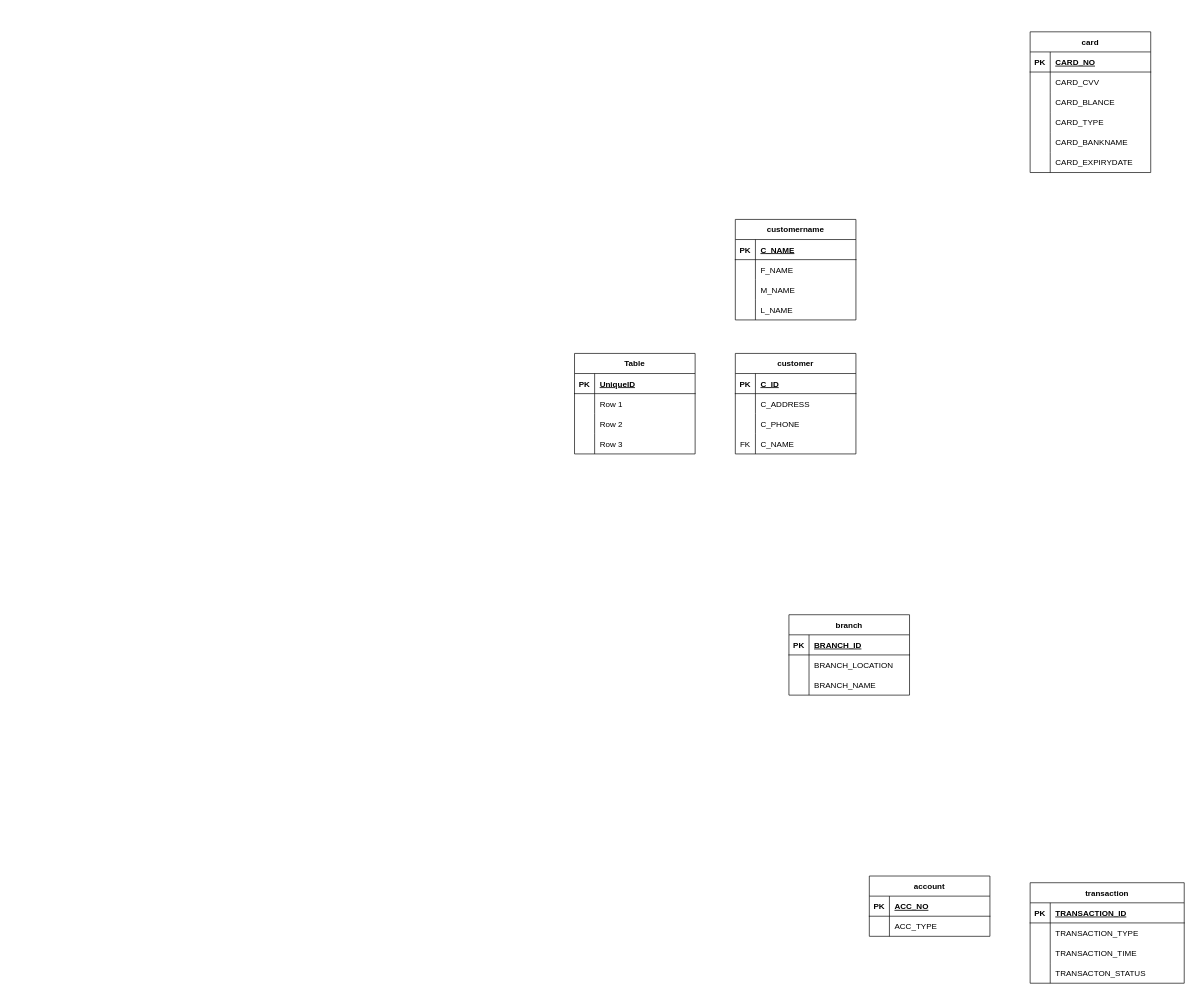
Before: atmbank.drawio in Meoleodeo/erd-sth, a draw.io diagram. Source tidied: cells renumbered, new cells numbered last; positions are measured from the earlier drawing's top-left corner, leaving out a move shared by most shapes. Both pictures are drawn from the tidied source at 67%, with x=0, y=0 at pixel (574, 31).
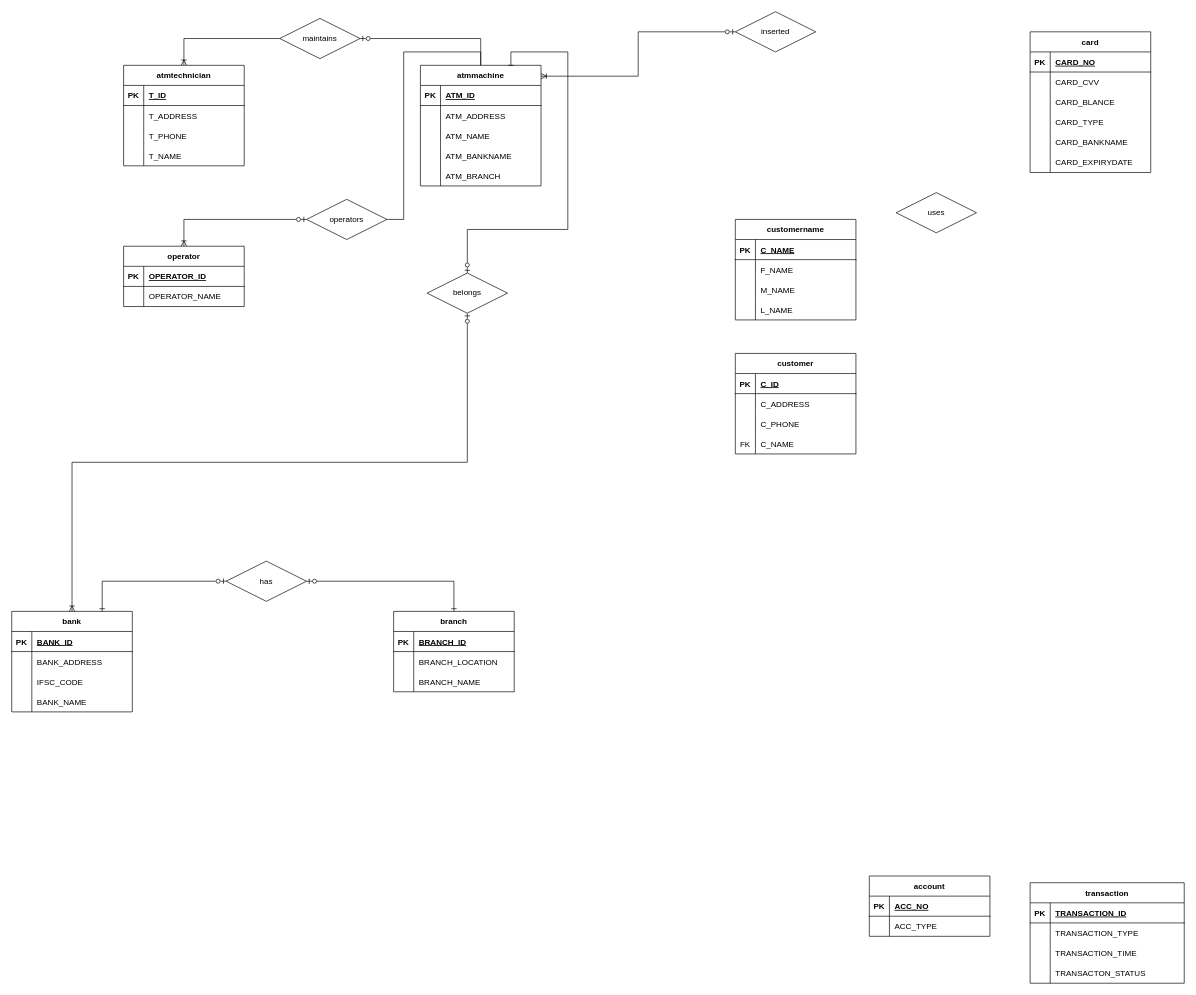
Above is the later version.

Commit message (it also covers changes not shown here):
Cập nhật atmbank.drawio

The edit, as a diff of the source:
```diff
@@
-    <mxCell id="15" value="Table" style="shape=table;startSize=30;childLayout=tableLayout;rowLines=0;fontStyle=1;align=center;" parent="1" vertex="1">
-      <mxGeometry y="480" width="180" height="150" as="geometry" />
-    </mxCell>
-    <mxCell id="16" style="shape=tableRow;horizontal=0;startSize=0;swimlaneHead=0;swimlaneBody=0;fillColor=none;top=0;left=0;right=0;bottom=1;" parent="15" vertex="1">
-      <mxGeometry y="30" width="180" height="30" as="geometry" />
-    </mxCell>
-    <mxCell id="17" value="PK" style="shape=partialRectangle;fillColor=none;top=0;left=0;bottom=0;right=0;fontStyle=1;overflow=hidden;" parent="16" vertex="1">
-      <mxGeometry width="30" height="30" as="geometry" />
-    </mxCell>
-    <mxCell id="18" value="UniqueID" style="shape=partialRectangle;fillColor=none;top=0;left=0;bottom=0;right=0;align=left;spacingLeft=6;fontStyle=5;overflow=hidden;" parent="16" vertex="1">
-      <mxGeometry x="30" width="150" height="30" as="geometry" />
-    </mxCell>
-    <mxCell id="19" style="shape=tableRow;horizontal=0;startSize=0;swimlaneHead=0;swimlaneBody=0;fillColor=none;top=0;left=0;right=0;bottom=0;" parent="15" vertex="1">
-      <mxGeometry y="60" width="180" height="30" as="geometry" />
-    </mxCell>
-    <mxCell id="20" style="shape=partialRectangle;fillColor=none;top=0;left=0;bottom=0;right=0;overflow=hidden;" parent="19" vertex="1">
-      <mxGeometry width="30" height="30" as="geometry" />
-    </mxCell>
-    <mxCell id="21" value="Row 1" style="shape=partialRectangle;fillColor=none;top=0;left=0;bottom=0;right=0;align=left;spacingLeft=6;overflow=hidden;" parent="19" vertex="1">
-      <mxGeometry x="30" width="150" height="30" as="geometry" />
-    </mxCell>
-    <mxCell id="22" style="shape=tableRow;horizontal=0;startSize=0;swimlaneHead=0;swimlaneBody=0;fillColor=none;top=0;left=0;right=0;bottom=0;" parent="15" vertex="1">
-      <mxGeometry y="90" width="180" height="30" as="geometry" />
-    </mxCell>
-    <mxCell id="23" style="shape=partialRectangle;fillColor=none;top=0;left=0;bottom=0;right=0;overflow=hidden;" parent="22" vertex="1">
-      <mxGeometry width="30" height="30" as="geometry" />
-    </mxCell>
-    <mxCell id="24" value="Row 2" style="shape=partialRectangle;fillColor=none;top=0;left=0;bottom=0;right=0;align=left;spacingLeft=6;overflow=hidden;" parent="22" vertex="1">
-      <mxGeometry x="30" width="150" height="30" as="geometry" />
-    </mxCell>
-    <mxCell id="25" style="shape=tableRow;horizontal=0;startSize=0;swimlaneHead=0;swimlaneBody=0;fillColor=none;top=0;left=0;right=0;bottom=0;" parent="15" vertex="1">
-      <mxGeometry y="120" width="180" height="30" as="geometry" />
-    </mxCell>
-    <mxCell id="26" style="shape=partialRectangle;fillColor=none;top=0;left=0;bottom=0;right=0;overflow=hidden;" parent="25" vertex="1">
-      <mxGeometry width="30" height="30" as="geometry" />
-    </mxCell>
-    <mxCell id="27" value="Row 3" style="shape=partialRectangle;fillColor=none;top=0;left=0;bottom=0;right=0;align=left;spacingLeft=6;overflow=hidden;" parent="25" vertex="1">
-      <mxGeometry x="30" width="150" height="30" as="geometry" />
-    </mxCell>
@@
     <mxCell id="80" value="branch" style="shape=table;startSize=30;childLayout=tableLayout;rowLines=0;fontStyle=1;align=center;" parent="1" vertex="1">
-      <mxGeometry x="320" y="870" width="180" height="120" as="geometry" />
+      <mxGeometry x="-270" y="865" width="180" height="120" as="geometry" />
     </mxCell>
@@
+    <mxCell id="90" value="bank" style="shape=table;startSize=30;childLayout=tableLayout;rowLines=0;fontStyle=1;align=center;" parent="1" vertex="1">
+      <mxGeometry x="-840" y="865" width="180" height="150" as="geometry" />
+    </mxCell>
+    <mxCell id="91" style="shape=tableRow;horizontal=0;startSize=0;swimlaneHead=0;swimlaneBody=0;fillColor=none;top=0;left=0;right=0;bottom=1;" parent="90" vertex="1">
+      <mxGeometry y="30" width="180" height="30" as="geometry" />
+    </mxCell>
+    <mxCell id="92" value="PK" style="shape=partialRectangle;fillColor=none;top=0;left=0;bottom=0;right=0;fontStyle=1;overflow=hidden;" parent="91" vertex="1">
+      <mxGeometry width="30" height="30" as="geometry" />
+    </mxCell>
+    <mxCell id="93" value="BANK_ID" style="shape=partialRectangle;fillColor=none;top=0;left=0;bottom=0;right=0;align=left;spacingLeft=6;fontStyle=5;overflow=hidden;" parent="91" vertex="1">
+      <mxGeometry x="30" width="150" height="30" as="geometry" />
+    </mxCell>
+    <mxCell id="94" style="shape=tableRow;horizontal=0;startSize=0;swimlaneHead=0;swimlaneBody=0;fillColor=none;top=0;left=0;right=0;bottom=0;" parent="90" vertex="1">
+      <mxGeometry y="60" width="180" height="30" as="geometry" />
+    </mxCell>
+    <mxCell id="95" style="shape=partialRectangle;fillColor=none;top=0;left=0;bottom=0;right=0;overflow=hidden;" parent="94" vertex="1">
+      <mxGeometry width="30" height="30" as="geometry" />
+    </mxCell>
+    <mxCell id="96" value="BANK_ADDRESS" style="shape=partialRectangle;fillColor=none;top=0;left=0;bottom=0;right=0;align=left;spacingLeft=6;overflow=hidden;" parent="94" vertex="1">
+      <mxGeometry x="30" width="150" height="30" as="geometry" />
+    </mxCell>
+    <mxCell id="97" style="shape=tableRow;horizontal=0;startSize=0;swimlaneHead=0;swimlaneBody=0;fillColor=none;top=0;left=0;right=0;bottom=0;" parent="90" vertex="1">
+      <mxGeometry y="90" width="180" height="30" as="geometry" />
+    </mxCell>
+    <mxCell id="98" style="shape=partialRectangle;fillColor=none;top=0;left=0;bottom=0;right=0;overflow=hidden;" parent="97" vertex="1">
+      <mxGeometry width="30" height="30" as="geometry" />
+    </mxCell>
+    <mxCell id="99" value="IFSC_CODE" style="shape=partialRectangle;fillColor=none;top=0;left=0;bottom=0;right=0;align=left;spacingLeft=6;overflow=hidden;" parent="97" vertex="1">
+      <mxGeometry x="30" width="150" height="30" as="geometry" />
+    </mxCell>
+    <mxCell id="100" style="shape=tableRow;horizontal=0;startSize=0;swimlaneHead=0;swimlaneBody=0;fillColor=none;top=0;left=0;right=0;bottom=0;" parent="90" vertex="1">
+      <mxGeometry y="120" width="180" height="30" as="geometry" />
+    </mxCell>
+    <mxCell id="101" style="shape=partialRectangle;fillColor=none;top=0;left=0;bottom=0;right=0;overflow=hidden;" parent="100" vertex="1">
+      <mxGeometry width="30" height="30" as="geometry" />
+    </mxCell>
+    <mxCell id="102" value="BANK_NAME" style="shape=partialRectangle;fillColor=none;top=0;left=0;bottom=0;right=0;align=left;spacingLeft=6;overflow=hidden;" parent="100" vertex="1">
+      <mxGeometry x="30" width="150" height="30" as="geometry" />
+    </mxCell>
+    <mxCell id="103" value="atmmachine" style="shape=table;startSize=30;childLayout=tableLayout;rowLines=0;fontStyle=1;align=center;" parent="1" vertex="1">
+      <mxGeometry x="-230" y="50" width="180" height="180" as="geometry" />
+    </mxCell>
+    <mxCell id="104" style="shape=tableRow;horizontal=0;startSize=0;swimlaneHead=0;swimlaneBody=0;fillColor=none;top=0;left=0;right=0;bottom=1;" parent="103" vertex="1">
+      <mxGeometry y="30" width="180" height="30" as="geometry" />
+    </mxCell>
+    <mxCell id="105" value="PK" style="shape=partialRectangle;fillColor=none;top=0;left=0;bottom=0;right=0;fontStyle=1;overflow=hidden;" parent="104" vertex="1">
+      <mxGeometry width="30" height="30" as="geometry" />
+    </mxCell>
+    <mxCell id="106" value="ATM_ID" style="shape=partialRectangle;fillColor=none;top=0;left=0;bottom=0;right=0;align=left;spacingLeft=6;fontStyle=5;overflow=hidden;" parent="104" vertex="1">
+      <mxGeometry x="30" width="150" height="30" as="geometry" />
+    </mxCell>
+    <mxCell id="107" style="shape=tableRow;horizontal=0;startSize=0;swimlaneHead=0;swimlaneBody=0;fillColor=none;top=0;left=0;right=0;bottom=0;" parent="103" vertex="1">
+      <mxGeometry y="60" width="180" height="30" as="geometry" />
+    </mxCell>
+    <mxCell id="108" style="shape=partialRectangle;fillColor=none;top=0;left=0;bottom=0;right=0;overflow=hidden;" parent="107" vertex="1">
+      <mxGeometry width="30" height="30" as="geometry" />
+    </mxCell>
+    <mxCell id="109" value="ATM_ADDRESS" style="shape=partialRectangle;fillColor=none;top=0;left=0;bottom=0;right=0;align=left;spacingLeft=6;overflow=hidden;" parent="107" vertex="1">
+      <mxGeometry x="30" width="150" height="30" as="geometry" />
+    </mxCell>
+    <mxCell id="110" style="shape=tableRow;horizontal=0;startSize=0;swimlaneHead=0;swimlaneBody=0;fillColor=none;top=0;left=0;right=0;bottom=0;" parent="103" vertex="1">
+      <mxGeometry y="90" width="180" height="30" as="geometry" />
+    </mxCell>
+    <mxCell id="111" style="shape=partialRectangle;fillColor=none;top=0;left=0;bottom=0;right=0;overflow=hidden;" parent="110" vertex="1">
+      <mxGeometry width="30" height="30" as="geometry" />
+    </mxCell>
+    <mxCell id="112" value="ATM_NAME" style="shape=partialRectangle;fillColor=none;top=0;left=0;bottom=0;right=0;align=left;spacingLeft=6;overflow=hidden;" parent="110" vertex="1">
+      <mxGeometry x="30" width="150" height="30" as="geometry" />
+    </mxCell>
+    <mxCell id="113" style="shape=tableRow;horizontal=0;startSize=0;swimlaneHead=0;swimlaneBody=0;fillColor=none;top=0;left=0;right=0;bottom=0;" parent="103" vertex="1">
+      <mxGeometry y="120" width="180" height="30" as="geometry" />
+    </mxCell>
+    <mxCell id="114" style="shape=partialRectangle;fillColor=none;top=0;left=0;bottom=0;right=0;overflow=hidden;" parent="113" vertex="1">
+      <mxGeometry width="30" height="30" as="geometry" />
+    </mxCell>
+    <mxCell id="115" value="ATM_BANKNAME" style="shape=partialRectangle;fillColor=none;top=0;left=0;bottom=0;right=0;align=left;spacingLeft=6;overflow=hidden;" parent="113" vertex="1">
+      <mxGeometry x="30" width="150" height="30" as="geometry" />
+    </mxCell>
+    <mxCell id="116" style="shape=tableRow;horizontal=0;startSize=0;swimlaneHead=0;swimlaneBody=0;fillColor=none;top=0;left=0;right=0;bottom=0;" parent="103" vertex="1">
+      <mxGeometry y="150" width="180" height="30" as="geometry" />
+    </mxCell>
+    <mxCell id="117" style="shape=partialRectangle;fillColor=none;top=0;left=0;bottom=0;right=0;overflow=hidden;" parent="116" vertex="1">
+      <mxGeometry width="30" height="30" as="geometry" />
+    </mxCell>
+    <mxCell id="118" value="ATM_BRANCH" style="shape=partialRectangle;fillColor=none;top=0;left=0;bottom=0;right=0;align=left;spacingLeft=6;overflow=hidden;" parent="116" vertex="1">
+      <mxGeometry x="30" width="150" height="30" as="geometry" />
+    </mxCell>
+    <mxCell id="119" style="edgeStyle=orthogonalEdgeStyle;rounded=0;jettySize=auto;html=1;exitX=0.5;exitY=0;exitDx=0;exitDy=0;entryX=0;entryY=0.5;entryDx=0;entryDy=0;endArrow=none;endFill=0;startArrow=ERoneToMany;startFill=0;" parent="1" edge="1" source="120" target="142">
+      <mxGeometry relative="1" as="geometry" />
+    </mxCell>
+    <mxCell id="120" value="atmtechnician" style="shape=table;startSize=30;childLayout=tableLayout;rowLines=0;fontStyle=1;align=center;" parent="1" vertex="1">
+      <mxGeometry x="-673" y="50" width="180" height="150" as="geometry" />
+    </mxCell>
+    <mxCell id="121" style="shape=tableRow;horizontal=0;startSize=0;swimlaneHead=0;swimlaneBody=0;fillColor=none;top=0;left=0;right=0;bottom=1;" parent="120" vertex="1">
+      <mxGeometry y="30" width="180" height="30" as="geometry" />
+    </mxCell>
+    <mxCell id="122" value="PK" style="shape=partialRectangle;fillColor=none;top=0;left=0;bottom=0;right=0;fontStyle=1;overflow=hidden;" parent="121" vertex="1">
+      <mxGeometry width="30" height="30" as="geometry" />
+    </mxCell>
+    <mxCell id="123" value="T_ID" style="shape=partialRectangle;fillColor=none;top=0;left=0;bottom=0;right=0;align=left;spacingLeft=6;fontStyle=5;overflow=hidden;" parent="121" vertex="1">
+      <mxGeometry x="30" width="150" height="30" as="geometry" />
+    </mxCell>
+    <mxCell id="124" style="shape=tableRow;horizontal=0;startSize=0;swimlaneHead=0;swimlaneBody=0;fillColor=none;top=0;left=0;right=0;bottom=0;" parent="120" vertex="1">
+      <mxGeometry y="60" width="180" height="30" as="geometry" />
+    </mxCell>
+    <mxCell id="125" style="shape=partialRectangle;fillColor=none;top=0;left=0;bottom=0;right=0;overflow=hidden;" parent="124" vertex="1">
+      <mxGeometry width="30" height="30" as="geometry" />
+    </mxCell>
+    <mxCell id="126" value="T_ADDRESS" style="shape=partialRectangle;fillColor=none;top=0;left=0;bottom=0;right=0;align=left;spacingLeft=6;overflow=hidden;" parent="124" vertex="1">
+      <mxGeometry x="30" width="150" height="30" as="geometry" />
+    </mxCell>
+    <mxCell id="127" style="shape=tableRow;horizontal=0;startSize=0;swimlaneHead=0;swimlaneBody=0;fillColor=none;top=0;left=0;right=0;bottom=0;" parent="120" vertex="1">
+      <mxGeometry y="90" width="180" height="30" as="geometry" />
+    </mxCell>
+    <mxCell id="128" style="shape=partialRectangle;fillColor=none;top=0;left=0;bottom=0;right=0;overflow=hidden;" parent="127" vertex="1">
+      <mxGeometry width="30" height="30" as="geometry" />
+    </mxCell>
+    <mxCell id="129" value="T_PHONE" style="shape=partialRectangle;fillColor=none;top=0;left=0;bottom=0;right=0;align=left;spacingLeft=6;overflow=hidden;" parent="127" vertex="1">
+      <mxGeometry x="30" width="150" height="30" as="geometry" />
+    </mxCell>
+    <mxCell id="130" style="shape=tableRow;horizontal=0;startSize=0;swimlaneHead=0;swimlaneBody=0;fillColor=none;top=0;left=0;right=0;bottom=0;" parent="120" vertex="1">
+      <mxGeometry y="120" width="180" height="30" as="geometry" />
+    </mxCell>
+    <mxCell id="131" style="shape=partialRectangle;fillColor=none;top=0;left=0;bottom=0;right=0;overflow=hidden;" parent="130" vertex="1">
+      <mxGeometry width="30" height="30" as="geometry" />
+    </mxCell>
+    <mxCell id="132" value="T_NAME" style="shape=partialRectangle;fillColor=none;top=0;left=0;bottom=0;right=0;align=left;spacingLeft=6;overflow=hidden;" parent="130" vertex="1">
+      <mxGeometry x="30" width="150" height="30" as="geometry" />
+    </mxCell>
+    <mxCell id="133" style="edgeStyle=orthogonalEdgeStyle;rounded=0;jettySize=auto;html=1;exitX=0.5;exitY=0;exitDx=0;exitDy=0;entryX=0;entryY=0.5;entryDx=0;entryDy=0;startArrow=ERoneToMany;startFill=0;endArrow=ERzeroToOne;endFill=0;" parent="1" edge="1" source="134" target="144">
+      <mxGeometry relative="1" as="geometry" />
+    </mxCell>
+    <mxCell id="134" value="operator" style="shape=table;startSize=30;childLayout=tableLayout;rowLines=0;fontStyle=1;align=center;" parent="1" vertex="1">
+      <mxGeometry x="-673" y="320" width="180" height="90" as="geometry" />
+    </mxCell>
+    <mxCell id="135" style="shape=tableRow;horizontal=0;startSize=0;swimlaneHead=0;swimlaneBody=0;fillColor=none;top=0;left=0;right=0;bottom=1;" parent="134" vertex="1">
+      <mxGeometry y="30" width="180" height="30" as="geometry" />
+    </mxCell>
+    <mxCell id="136" value="PK" style="shape=partialRectangle;fillColor=none;top=0;left=0;bottom=0;right=0;fontStyle=1;overflow=hidden;" parent="135" vertex="1">
+      <mxGeometry width="30" height="30" as="geometry" />
+    </mxCell>
+    <mxCell id="137" value="OPERATOR_ID" style="shape=partialRectangle;fillColor=none;top=0;left=0;bottom=0;right=0;align=left;spacingLeft=6;fontStyle=5;overflow=hidden;" parent="135" vertex="1">
+      <mxGeometry x="30" width="150" height="30" as="geometry" />
+    </mxCell>
+    <mxCell id="138" style="shape=tableRow;horizontal=0;startSize=0;swimlaneHead=0;swimlaneBody=0;fillColor=none;top=0;left=0;right=0;bottom=0;" parent="134" vertex="1">
+      <mxGeometry y="60" width="180" height="30" as="geometry" />
+    </mxCell>
+    <mxCell id="139" style="shape=partialRectangle;fillColor=none;top=0;left=0;bottom=0;right=0;overflow=hidden;" parent="138" vertex="1">
+      <mxGeometry width="30" height="30" as="geometry" />
+    </mxCell>
+    <mxCell id="140" value="OPERATOR_NAME" style="shape=partialRectangle;fillColor=none;top=0;left=0;bottom=0;right=0;align=left;spacingLeft=6;overflow=hidden;" parent="138" vertex="1">
+      <mxGeometry x="30" width="150" height="30" as="geometry" />
+    </mxCell>
+    <mxCell id="141" style="edgeStyle=orthogonalEdgeStyle;rounded=0;jettySize=auto;html=1;exitX=1;exitY=0.5;exitDx=0;exitDy=0;entryX=0.5;entryY=0;entryDx=0;entryDy=0;startArrow=ERzeroToOne;startFill=0;endArrow=none;endFill=0;" parent="1" edge="1" source="142" target="103">
+      <mxGeometry relative="1" as="geometry" />
+    </mxCell>
+    <mxCell id="142" value="maintains" style="shape=rhombus;perimeter=rhombusPerimeter;whiteSpace=wrap;html=1;align=center;" parent="1" vertex="1">
+      <mxGeometry x="-440" y="-20" width="120" height="60" as="geometry" />
+    </mxCell>
+    <mxCell id="143" style="edgeStyle=orthogonalEdgeStyle;rounded=0;jettySize=auto;html=1;exitX=1;exitY=0.5;exitDx=0;exitDy=0;entryX=0.5;entryY=0;entryDx=0;entryDy=0;startArrow=none;startFill=0;endArrow=none;endFill=0;" parent="1" edge="1" source="144" target="103">
+      <mxGeometry relative="1" as="geometry" />
+    </mxCell>
+    <mxCell id="144" value="operators" style="shape=rhombus;perimeter=rhombusPerimeter;whiteSpace=wrap;html=1;align=center;" parent="1" vertex="1">
+      <mxGeometry x="-400" y="250" width="120" height="60" as="geometry" />
+    </mxCell>
+    <mxCell id="145" style="edgeStyle=orthogonalEdgeStyle;rounded=0;jettySize=auto;html=1;exitX=0.5;exitY=0;exitDx=0;exitDy=0;entryX=0.75;entryY=0;entryDx=0;entryDy=0;startArrow=ERzeroToOne;startFill=0;endArrow=baseDash;endFill=0;" parent="1" edge="1" source="147" target="103">
+      <mxGeometry relative="1" as="geometry">
+        <Array as="points">
+          <mxPoint x="-160" y="295" />
+          <mxPoint x="-10" y="295" />
+          <mxPoint x="-10" y="30" />
+          <mxPoint x="-95" y="30" />
+        </Array>
+      </mxGeometry>
+    </mxCell>
+    <mxCell id="146" style="edgeStyle=orthogonalEdgeStyle;rounded=0;jettySize=auto;html=1;exitX=0.5;exitY=1;exitDx=0;exitDy=0;entryX=0.5;entryY=0;entryDx=0;entryDy=0;startArrow=ERzeroToOne;startFill=0;endArrow=ERoneToMany;endFill=0;" parent="1" edge="1" source="147" target="90">
+      <mxGeometry relative="1" as="geometry" />
+    </mxCell>
+    <mxCell id="147" value="belongs" style="shape=rhombus;perimeter=rhombusPerimeter;whiteSpace=wrap;html=1;align=center;" parent="1" vertex="1">
+      <mxGeometry x="-220" y="360" width="120" height="60" as="geometry" />
+    </mxCell>
+    <mxCell id="148" style="edgeStyle=orthogonalEdgeStyle;rounded=0;jettySize=auto;html=1;exitX=0;exitY=0.5;exitDx=0;exitDy=0;entryX=0.75;entryY=0;entryDx=0;entryDy=0;startArrow=ERzeroToOne;startFill=0;endArrow=ERone;endFill=0;" parent="1" edge="1" source="150" target="90">
+      <mxGeometry relative="1" as="geometry" />
+    </mxCell>
+    <mxCell id="149" style="edgeStyle=orthogonalEdgeStyle;rounded=0;jettySize=auto;html=1;exitX=1;exitY=0.5;exitDx=0;exitDy=0;entryX=0.5;entryY=0;entryDx=0;entryDy=0;startArrow=ERzeroToOne;startFill=0;endArrow=ERone;endFill=0;" parent="1" edge="1" source="150" target="80">
+      <mxGeometry relative="1" as="geometry" />
+    </mxCell>
+    <mxCell id="150" value="has" style="shape=rhombus;perimeter=rhombusPerimeter;whiteSpace=wrap;html=1;align=center;" parent="1" vertex="1">
+      <mxGeometry x="-520" y="790" width="120" height="60" as="geometry" />
+    </mxCell>
+    <mxCell id="151" value="uses" style="shape=rhombus;perimeter=rhombusPerimeter;whiteSpace=wrap;html=1;align=center;" parent="1" vertex="1">
+      <mxGeometry x="480" y="240" width="120" height="60" as="geometry" />
+    </mxCell>
+    <mxCell id="152" style="edgeStyle=orthogonalEdgeStyle;rounded=0;jettySize=auto;html=1;exitX=0;exitY=0.5;exitDx=0;exitDy=0;entryX=1;entryY=0.09;entryDx=0;entryDy=0;entryPerimeter=0;startArrow=ERzeroToOne;startFill=0;endArrow=ERoneToMany;endFill=0;" parent="1" edge="1" source="153" target="103">
+      <mxGeometry relative="1" as="geometry" />
+    </mxCell>
+    <mxCell id="153" value="inserted" style="shape=rhombus;perimeter=rhombusPerimeter;whiteSpace=wrap;html=1;align=center;" parent="1" vertex="1">
+      <mxGeometry x="240" y="-30" width="120" height="60" as="geometry" />
+    </mxCell>
```
